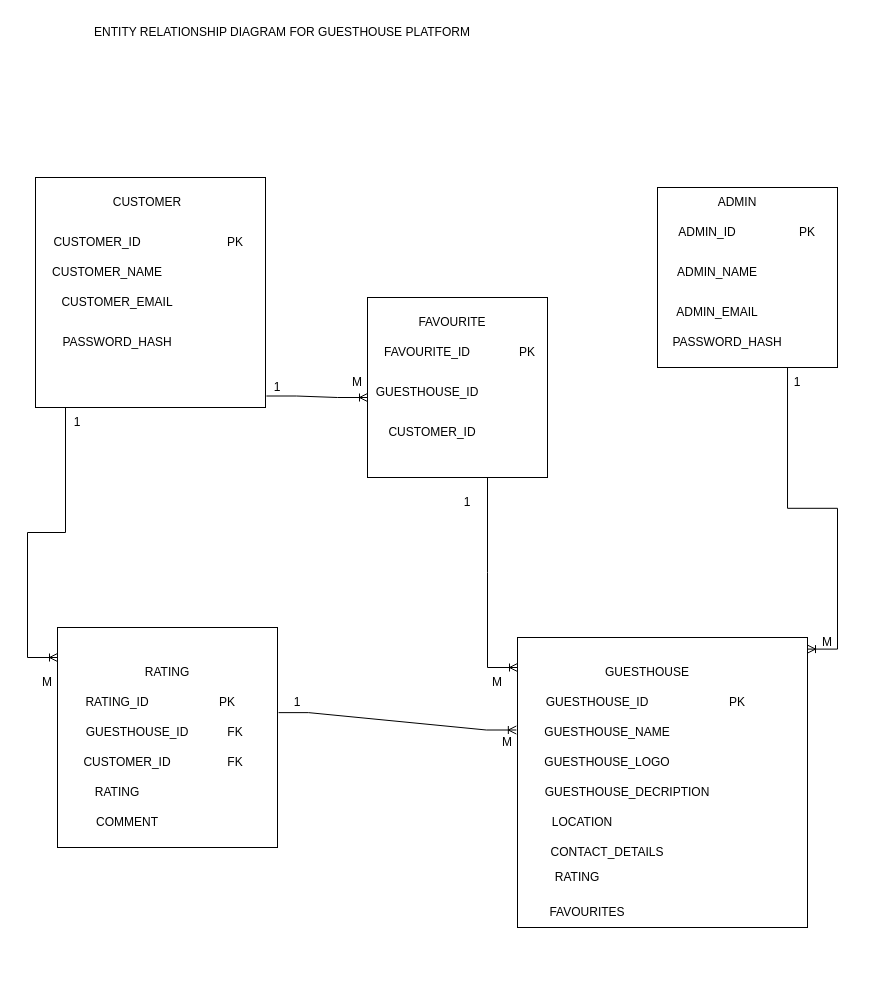
Above: Untitled Diagram.drawio in LaoneKM/Nottingham-Forest-GuestHouse_Project (draw.io), before the change. Source tidied: cells renumbered, new cells numbered last; positions are measured from the earlier drawing's top-left corner, leaving out a move shared by most shapes. Both pictures are drawn from the tidied source at 100%, with x=0, y=0 at pixel (17, 17).
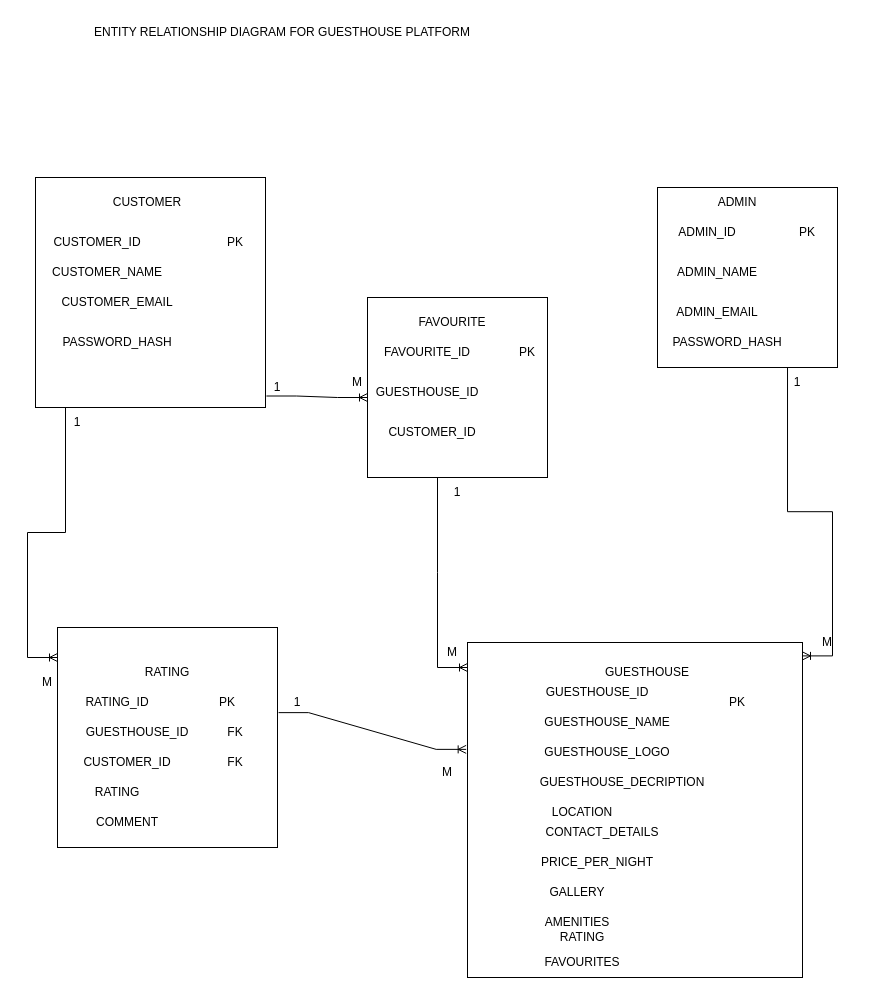
After the change.

Unchanged cells that the change refers to:
```xml
<mxCell id="5" style="whiteSpace=wrap;html=1;" parent="1" vertex="1">
  <mxGeometry x="350" y="280" width="180" height="180" as="geometry" />
</mxCell>
```

Change to the diagram source:
```diff
@@
     <mxCell id="3" style="whiteSpace=wrap;html=1;" parent="1" vertex="1">
-      <mxGeometry x="500" y="620" width="290" height="290" as="geometry" />
+      <mxGeometry x="450" y="625" width="335" height="335" as="geometry" />
     </mxCell>
@@
     <mxCell id="8" value="GUESTHOUSE_ID" style="text;html=1;whiteSpace=wrap;strokeColor=none;fillColor=none;align=center;verticalAlign=middle;rounded=0;" parent="1" vertex="1">
-      <mxGeometry x="530" y="670" width="100" height="30" as="geometry" />
+      <mxGeometry x="530" y="660" width="100" height="30" as="geometry" />
     </mxCell>
     <mxCell id="9" value="GUESTHOUSE_NAME" style="text;html=1;whiteSpace=wrap;strokeColor=none;fillColor=none;align=center;verticalAlign=middle;rounded=0;" parent="1" vertex="1">
-      <mxGeometry x="560" y="700" width="60" height="30" as="geometry" />
+      <mxGeometry x="560" y="690" width="60" height="30" as="geometry" />
     </mxCell>
     <mxCell id="10" value="GUESTHOUSE_LOGO" style="text;html=1;whiteSpace=wrap;strokeColor=none;fillColor=none;align=center;verticalAlign=middle;rounded=0;" parent="1" vertex="1">
-      <mxGeometry x="560" y="730" width="60" height="30" as="geometry" />
+      <mxGeometry x="560" y="720" width="60" height="30" as="geometry" />
     </mxCell>
     <mxCell id="11" value="GUESTHOUSE_DECRIPTION" style="text;html=1;whiteSpace=wrap;strokeColor=none;fillColor=none;align=center;verticalAlign=middle;rounded=0;" parent="1" vertex="1">
-      <mxGeometry x="600" y="760" width="20" height="30" as="geometry" />
+      <mxGeometry x="595" y="750" width="20" height="30" as="geometry" />
     </mxCell>
     <mxCell id="12" value="RATING" style="text;html=1;whiteSpace=wrap;strokeColor=none;fillColor=none;align=center;verticalAlign=middle;rounded=0;" parent="1" vertex="1">
-      <mxGeometry x="530" y="840" width="60" height="40" as="geometry" />
+      <mxGeometry x="535" y="900" width="60" height="40" as="geometry" />
     </mxCell>
@@
     <mxCell id="14" value="LOCATION" style="text;html=1;whiteSpace=wrap;strokeColor=none;fillColor=none;align=center;verticalAlign=middle;rounded=0;" parent="1" vertex="1">
-      <mxGeometry x="535" y="790" width="60" height="30" as="geometry" />
+      <mxGeometry x="535" y="780" width="60" height="30" as="geometry" />
     </mxCell>
     <mxCell id="15" value="CONTACT_DETAILS" style="text;html=1;whiteSpace=wrap;strokeColor=none;fillColor=none;align=center;verticalAlign=middle;rounded=0;" parent="1" vertex="1">
-      <mxGeometry x="560" y="820" width="60" height="30" as="geometry" />
+      <mxGeometry x="555" y="800" width="60" height="30" as="geometry" />
     </mxCell>
@@
-    <mxCell id="48" style="edgeStyle=entityRelationEdgeStyle;fontSize=12;html=1;endArrow=ERoneToMany;rounded=0;exitX=0.5;exitY=1;exitDx=0;exitDy=0;" parent="1" edge="1" source="5">
+    <mxCell id="48" style="edgeStyle=entityRelationEdgeStyle;fontSize=12;html=1;endArrow=ERoneToMany;rounded=0;exitX=0.5;exitY=1;exitDx=0;exitDy=0;" parent="1" edge="1">
       <mxGeometry relative="1" as="geometry">
-        <mxPoint x="500" y="650" as="targetPoint" />
+        <mxPoint x="390" y="460" as="sourcePoint" />
+        <mxPoint x="450" y="650" as="targetPoint" />
       </mxGeometry>
     </mxCell>
@@
-    <mxCell id="52" value="M" style="text;html=1;whiteSpace=wrap;strokeColor=none;fillColor=none;align=center;verticalAlign=middle;rounded=0;" parent="1" vertex="1">
-      <mxGeometry x="460" y="710" width="60" height="30" as="geometry" />
-    </mxCell>
     <mxCell id="53" value="1" style="text;html=1;whiteSpace=wrap;strokeColor=none;fillColor=none;align=center;verticalAlign=middle;rounded=0;" parent="1" vertex="1">
-      <mxGeometry x="420" y="470" width="60" height="30" as="geometry" />
+      <mxGeometry x="410" y="460" width="60" height="30" as="geometry" />
     </mxCell>
@@
     <mxCell id="55" value="M" style="text;html=1;whiteSpace=wrap;strokeColor=none;fillColor=none;align=center;verticalAlign=middle;rounded=0;" parent="1" vertex="1">
-      <mxGeometry x="450" y="650" width="60" height="30" as="geometry" />
+      <mxGeometry x="405" y="620" width="60" height="30" as="geometry" />
     </mxCell>
     <mxCell id="56" value="FAVOURITES" style="text;html=1;whiteSpace=wrap;strokeColor=none;fillColor=none;align=center;verticalAlign=middle;rounded=0;" parent="1" vertex="1">
-      <mxGeometry x="540" y="880" width="60" height="30" as="geometry" />
+      <mxGeometry x="535" y="930" width="60" height="30" as="geometry" />
     </mxCell>
@@
+    <mxCell id="59" value="PRICE_PER_NIGHT" style="text;html=1;whiteSpace=wrap;strokeColor=none;fillColor=none;align=center;verticalAlign=middle;rounded=0;" parent="1" vertex="1">
+      <mxGeometry x="550" y="830" width="60" height="30" as="geometry" />
+    </mxCell>
+    <mxCell id="60" value="GALLERY" style="text;html=1;whiteSpace=wrap;strokeColor=none;fillColor=none;align=center;verticalAlign=middle;rounded=0;" parent="1" vertex="1">
+      <mxGeometry x="530" y="860" width="60" height="30" as="geometry" />
+    </mxCell>
+    <mxCell id="61" value="AMENITIES" style="text;html=1;whiteSpace=wrap;strokeColor=none;fillColor=none;align=center;verticalAlign=middle;rounded=0;" parent="1" vertex="1">
+      <mxGeometry x="530" y="890" width="60" height="30" as="geometry" />
+    </mxCell>
+    <mxCell id="52" value="M" style="text;html=1;whiteSpace=wrap;strokeColor=none;fillColor=none;align=center;verticalAlign=middle;rounded=0;" parent="1" vertex="1">
+      <mxGeometry x="400" y="740" width="60" height="30" as="geometry" />
+    </mxCell>
```
